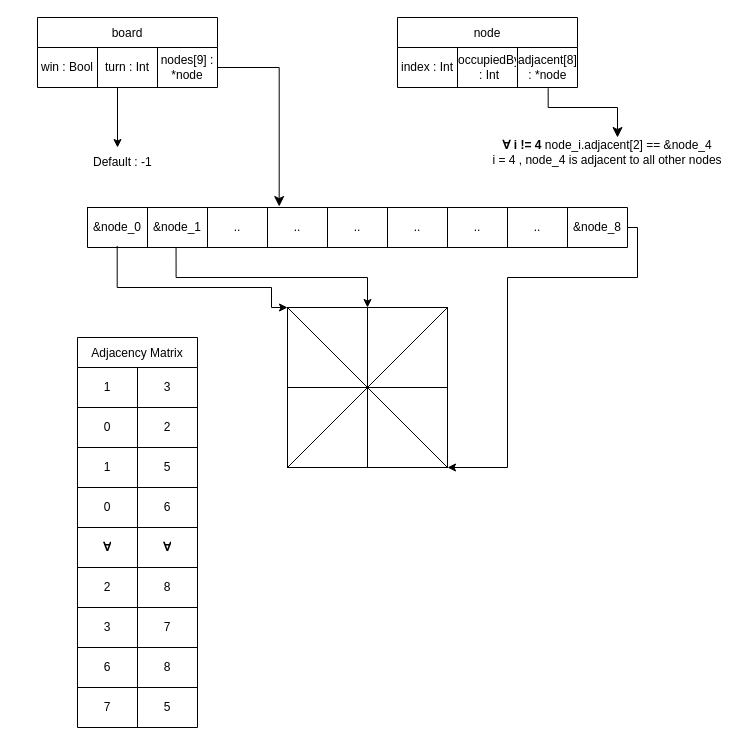
Paranoid-Pufferfish/Achi keeps this draw.io diagram as src/ALSD.drawio. Above is the earlier version. Source tidied: cells renumbered, new cells numbered last; positions are measured from the earlier drawing's top-left corner, leaving out a move shared by most shapes. Both pictures are drawn from the tidied source at 100%, with x=0, y=0 at pixel (37, 17).
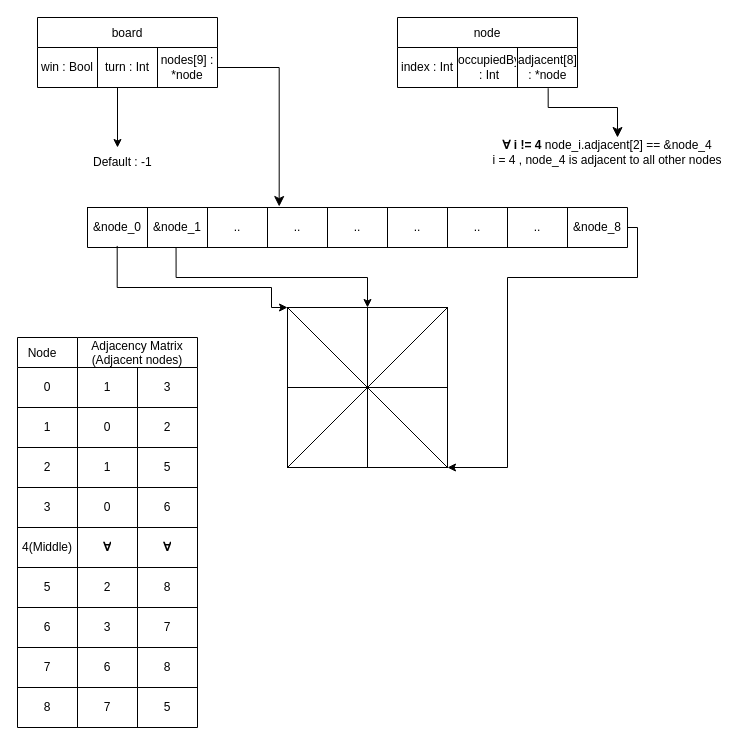
After the change.

The edit, as a diff of the source:
```diff
@@
-    <mxCell id="39" value="Adjacency Matrix" style="shape=table;startSize=30;childLayout=tableLayout;" parent="1" vertex="1">
+    <mxCell id="39" value="Adjacency Matrix&#10;(Adjacent nodes)" style="shape=table;startSize=30;childLayout=tableLayout;" parent="1" vertex="1">
       <mxGeometry x="40" y="320" width="120" height="390" as="geometry" />
     </mxCell>
@@
+    <mxCell id="67" value="Node   " style="shape=table;startSize=30;childLayout=tableLayout;" parent="1" vertex="1">
+      <mxGeometry x="-20" y="320" width="60" height="390" as="geometry" />
+    </mxCell>
+    <mxCell id="68" style="shape=tableRow;horizontal=0;startSize=0;swimlaneHead=0;swimlaneBody=0;strokeColor=inherit;top=0;left=0;bottom=0;right=0;fillColor=none;" parent="67" vertex="1">
+      <mxGeometry y="30" width="60" height="40" as="geometry" />
+    </mxCell>
+    <mxCell id="69" value="0" style="shape=partialRectangle;html=1;whiteSpace=wrap;strokeColor=inherit;overflow=hidden;fillColor=none;top=0;left=0;bottom=0;right=0;" parent="68" vertex="1">
+      <mxGeometry width="60" height="40" as="geometry" />
+    </mxCell>
+    <mxCell id="70" style="shape=tableRow;horizontal=0;startSize=0;swimlaneHead=0;swimlaneBody=0;strokeColor=inherit;top=0;left=0;bottom=0;right=0;fillColor=none;" parent="67" vertex="1">
+      <mxGeometry y="70" width="60" height="40" as="geometry" />
+    </mxCell>
+    <mxCell id="71" value="1" style="shape=partialRectangle;html=1;whiteSpace=wrap;strokeColor=inherit;overflow=hidden;fillColor=none;top=0;left=0;bottom=0;right=0;" parent="70" vertex="1">
+      <mxGeometry width="60" height="40" as="geometry" />
+    </mxCell>
+    <mxCell id="72" style="shape=tableRow;horizontal=0;startSize=0;swimlaneHead=0;swimlaneBody=0;strokeColor=inherit;top=0;left=0;bottom=0;right=0;fillColor=none;" parent="67" vertex="1">
+      <mxGeometry y="110" width="60" height="40" as="geometry" />
+    </mxCell>
+    <mxCell id="73" value="2" style="shape=partialRectangle;html=1;whiteSpace=wrap;strokeColor=inherit;overflow=hidden;fillColor=none;top=0;left=0;bottom=0;right=0;" parent="72" vertex="1">
+      <mxGeometry width="60" height="40" as="geometry" />
+    </mxCell>
+    <mxCell id="74" style="shape=tableRow;horizontal=0;startSize=0;swimlaneHead=0;swimlaneBody=0;strokeColor=inherit;top=0;left=0;bottom=0;right=0;fillColor=none;" parent="67" vertex="1">
+      <mxGeometry y="150" width="60" height="40" as="geometry" />
+    </mxCell>
+    <mxCell id="75" value="3" style="shape=partialRectangle;html=1;whiteSpace=wrap;strokeColor=inherit;overflow=hidden;fillColor=none;top=0;left=0;bottom=0;right=0;" parent="74" vertex="1">
+      <mxGeometry width="60" height="40" as="geometry" />
+    </mxCell>
+    <mxCell id="76" style="shape=tableRow;horizontal=0;startSize=0;swimlaneHead=0;swimlaneBody=0;strokeColor=inherit;top=0;left=0;bottom=0;right=0;fillColor=none;" parent="67" vertex="1">
+      <mxGeometry y="190" width="60" height="40" as="geometry" />
+    </mxCell>
+    <mxCell id="77" value="4(Middle)" style="shape=partialRectangle;html=1;whiteSpace=wrap;strokeColor=inherit;overflow=hidden;fillColor=none;top=0;left=0;bottom=0;right=0;" parent="76" vertex="1">
+      <mxGeometry width="60" height="40" as="geometry" />
+    </mxCell>
+    <mxCell id="78" style="shape=tableRow;horizontal=0;startSize=0;swimlaneHead=0;swimlaneBody=0;strokeColor=inherit;top=0;left=0;bottom=0;right=0;fillColor=none;" parent="67" vertex="1">
+      <mxGeometry y="230" width="60" height="40" as="geometry" />
+    </mxCell>
+    <mxCell id="79" value="5" style="shape=partialRectangle;html=1;whiteSpace=wrap;strokeColor=inherit;overflow=hidden;fillColor=none;top=0;left=0;bottom=0;right=0;" parent="78" vertex="1">
+      <mxGeometry width="60" height="40" as="geometry" />
+    </mxCell>
+    <mxCell id="80" style="shape=tableRow;horizontal=0;startSize=0;swimlaneHead=0;swimlaneBody=0;strokeColor=inherit;top=0;left=0;bottom=0;right=0;fillColor=none;" parent="67" vertex="1">
+      <mxGeometry y="270" width="60" height="40" as="geometry" />
+    </mxCell>
+    <mxCell id="81" value="6" style="shape=partialRectangle;html=1;whiteSpace=wrap;strokeColor=inherit;overflow=hidden;fillColor=none;top=0;left=0;bottom=0;right=0;" parent="80" vertex="1">
+      <mxGeometry width="60" height="40" as="geometry" />
+    </mxCell>
+    <mxCell id="82" style="shape=tableRow;horizontal=0;startSize=0;swimlaneHead=0;swimlaneBody=0;strokeColor=inherit;top=0;left=0;bottom=0;right=0;fillColor=none;" parent="67" vertex="1">
+      <mxGeometry y="310" width="60" height="40" as="geometry" />
+    </mxCell>
+    <mxCell id="83" value="7" style="shape=partialRectangle;html=1;whiteSpace=wrap;strokeColor=inherit;overflow=hidden;fillColor=none;top=0;left=0;bottom=0;right=0;" parent="82" vertex="1">
+      <mxGeometry width="60" height="40" as="geometry" />
+    </mxCell>
+    <mxCell id="84" style="shape=tableRow;horizontal=0;startSize=0;swimlaneHead=0;swimlaneBody=0;strokeColor=inherit;top=0;left=0;bottom=0;right=0;fillColor=none;" parent="67" vertex="1">
+      <mxGeometry y="350" width="60" height="40" as="geometry" />
+    </mxCell>
+    <mxCell id="85" value="8" style="shape=partialRectangle;html=1;whiteSpace=wrap;strokeColor=inherit;overflow=hidden;fillColor=none;top=0;left=0;bottom=0;right=0;" parent="84" vertex="1">
+      <mxGeometry width="60" height="40" as="geometry" />
+    </mxCell>
```
